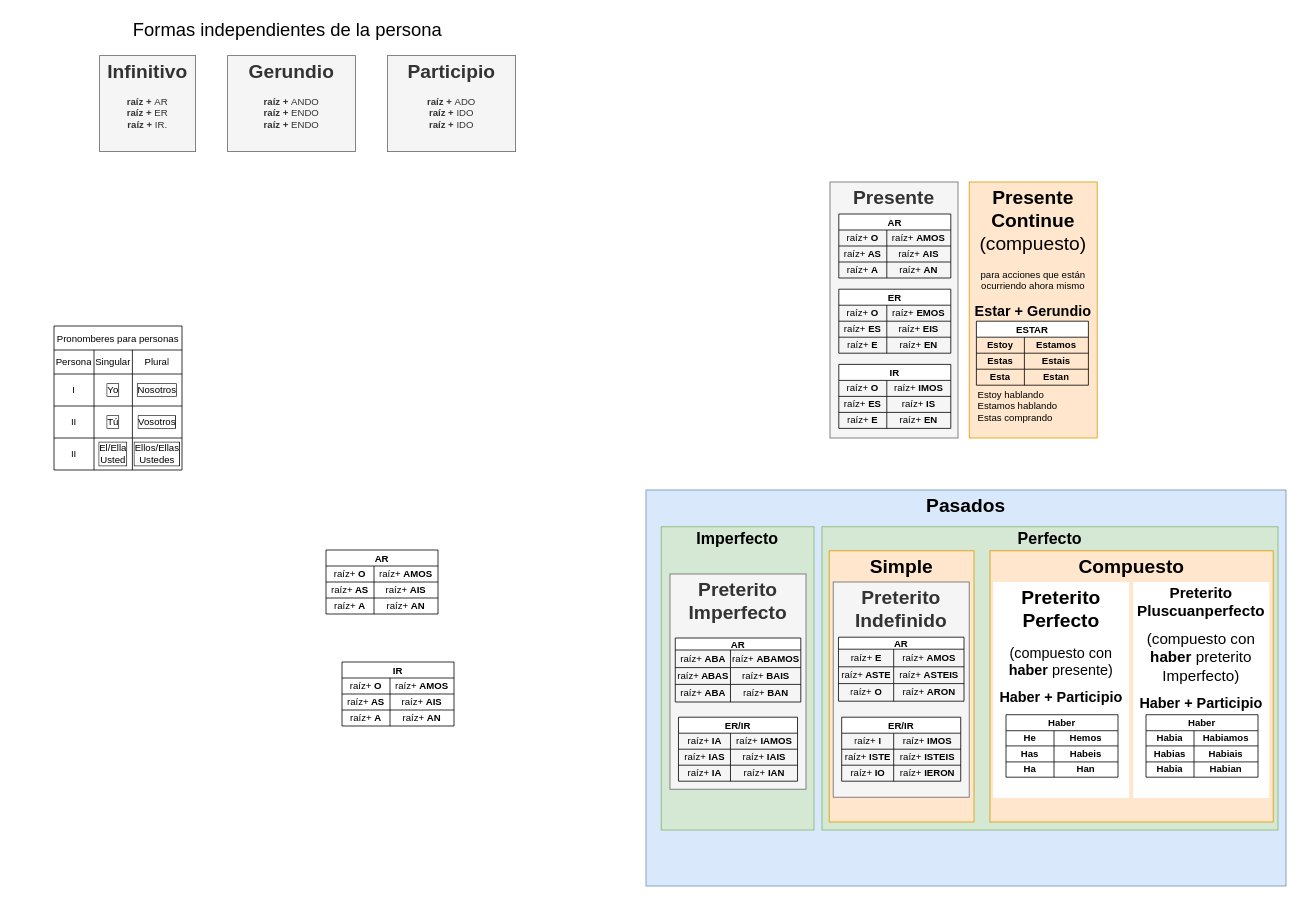
2zlodey/4drawio keeps this draw.io diagram as espverb.drawio. Above is the earlier version. Source tidied: cells renumbered, new cells numbered last; positions are measured from the earlier drawing's top-left corner, leaving out a move shared by most shapes. Both pictures are drawn from the tidied source at 80%, with x=0, y=0 at pixel (54, 14).
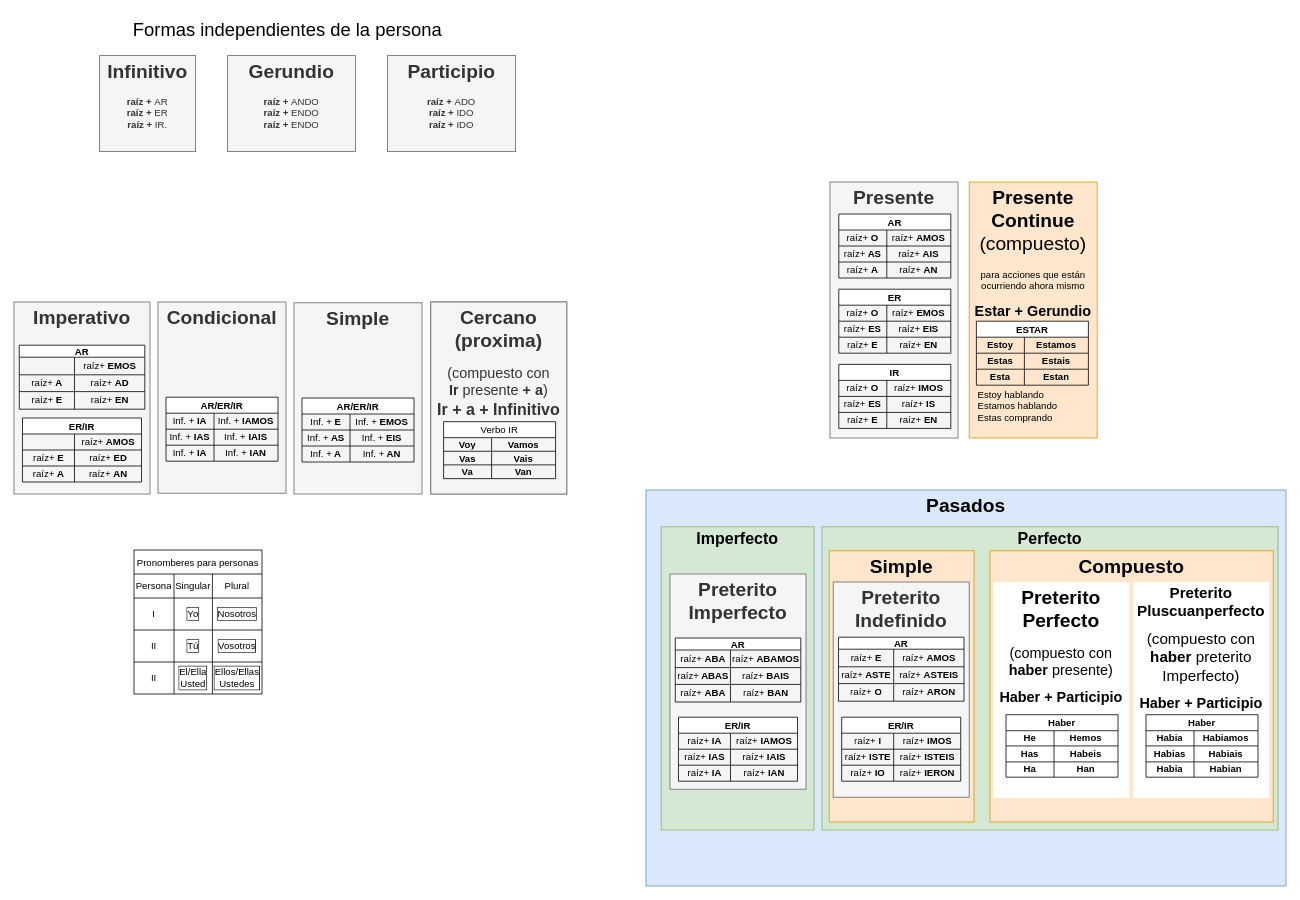
The same diagram, later.

Change to the diagram source:
```diff
@@
     <mxCell id="2" value="Pronomberes para personas" style="shape=table;startSize=30;childLayout=tableLayout;" parent="1" vertex="1">
-      <mxGeometry y="390" width="160" height="180" as="geometry" />
+      <mxGeometry x="100" y="670" width="160" height="180" as="geometry" />
     </mxCell>
@@
-    <mxCell id="19" value="AR" style="shape=table;startSize=20;childLayout=tableLayout;fontStyle=1;" parent="1" vertex="1">
-      <mxGeometry x="340" y="670" width="140" height="80" as="geometry" />
-    </mxCell>
-    <mxCell id="20" style="shape=tableRow;horizontal=0;startSize=0;swimlaneHead=0;swimlaneBody=0;strokeColor=inherit;top=0;left=0;bottom=0;right=0;fillColor=none;" parent="19" vertex="1">
-      <mxGeometry y="20" width="140" height="20" as="geometry" />
-    </mxCell>
-    <mxCell id="21" value="raíz+ &lt;b&gt;O&lt;/b&gt;" style="shape=partialRectangle;html=1;whiteSpace=wrap;strokeColor=inherit;overflow=hidden;fillColor=none;top=0;left=0;bottom=0;right=0;" parent="20" vertex="1">
-      <mxGeometry width="60" height="20" as="geometry" />
-    </mxCell>
-    <mxCell id="22" value="raíz+ &lt;b&gt;AMOS&lt;/b&gt;" style="shape=partialRectangle;html=1;whiteSpace=wrap;strokeColor=inherit;overflow=hidden;fillColor=none;top=0;left=0;bottom=0;right=0;" parent="20" vertex="1">
-      <mxGeometry x="60" width="80" height="20" as="geometry" />
-    </mxCell>
-    <mxCell id="23" style="shape=tableRow;horizontal=0;startSize=0;swimlaneHead=0;swimlaneBody=0;strokeColor=inherit;top=0;left=0;bottom=0;right=0;fillColor=none;" parent="19" vertex="1">
-      <mxGeometry y="40" width="140" height="20" as="geometry" />
-    </mxCell>
-    <mxCell id="24" value="raíz+&lt;b&gt; AS&lt;/b&gt;" style="shape=partialRectangle;html=1;whiteSpace=wrap;strokeColor=inherit;overflow=hidden;fillColor=none;top=0;left=0;bottom=0;right=0;" parent="23" vertex="1">
-      <mxGeometry width="60" height="20" as="geometry" />
-    </mxCell>
-    <mxCell id="25" value="raíz+ &lt;b&gt;AIS&lt;/b&gt;" style="shape=partialRectangle;html=1;whiteSpace=wrap;strokeColor=inherit;overflow=hidden;fillColor=none;top=0;left=0;bottom=0;right=0;" parent="23" vertex="1">
-      <mxGeometry x="60" width="80" height="20" as="geometry" />
-    </mxCell>
-    <mxCell id="26" style="shape=tableRow;horizontal=0;startSize=0;swimlaneHead=0;swimlaneBody=0;strokeColor=inherit;top=0;left=0;bottom=0;right=0;fillColor=none;" parent="19" vertex="1">
-      <mxGeometry y="60" width="140" height="20" as="geometry" />
-    </mxCell>
-    <mxCell id="27" value="raíz+ &lt;b&gt;A&lt;/b&gt;" style="shape=partialRectangle;html=1;whiteSpace=wrap;strokeColor=inherit;overflow=hidden;fillColor=none;top=0;left=0;bottom=0;right=0;" parent="26" vertex="1">
-      <mxGeometry width="60" height="20" as="geometry" />
-    </mxCell>
-    <mxCell id="28" value="raíz+ &lt;b&gt;AN&lt;/b&gt;" style="shape=partialRectangle;html=1;whiteSpace=wrap;strokeColor=inherit;overflow=hidden;fillColor=none;top=0;left=0;bottom=0;right=0;" parent="26" vertex="1">
-      <mxGeometry x="60" width="80" height="20" as="geometry" />
-    </mxCell>
-    <mxCell id="29" value="IR" style="shape=table;startSize=20;childLayout=tableLayout;fontStyle=1;" parent="1" vertex="1">
-      <mxGeometry x="360" y="810" width="140" height="80" as="geometry" />
-    </mxCell>
-    <mxCell id="30" style="shape=tableRow;horizontal=0;startSize=0;swimlaneHead=0;swimlaneBody=0;strokeColor=inherit;top=0;left=0;bottom=0;right=0;fillColor=none;" parent="29" vertex="1">
-      <mxGeometry y="20" width="140" height="20" as="geometry" />
-    </mxCell>
-    <mxCell id="31" value="raíz+ &lt;b&gt;O&lt;/b&gt;" style="shape=partialRectangle;html=1;whiteSpace=wrap;strokeColor=inherit;overflow=hidden;fillColor=none;top=0;left=0;bottom=0;right=0;" parent="30" vertex="1">
-      <mxGeometry width="60" height="20" as="geometry" />
-    </mxCell>
-    <mxCell id="32" value="raíz+ &lt;b&gt;AMOS&lt;/b&gt;" style="shape=partialRectangle;html=1;whiteSpace=wrap;strokeColor=inherit;overflow=hidden;fillColor=none;top=0;left=0;bottom=0;right=0;" parent="30" vertex="1">
-      <mxGeometry x="60" width="80" height="20" as="geometry" />
-    </mxCell>
-    <mxCell id="33" style="shape=tableRow;horizontal=0;startSize=0;swimlaneHead=0;swimlaneBody=0;strokeColor=inherit;top=0;left=0;bottom=0;right=0;fillColor=none;" parent="29" vertex="1">
-      <mxGeometry y="40" width="140" height="20" as="geometry" />
-    </mxCell>
-    <mxCell id="34" value="raíz+&lt;b&gt; AS&lt;/b&gt;" style="shape=partialRectangle;html=1;whiteSpace=wrap;strokeColor=inherit;overflow=hidden;fillColor=none;top=0;left=0;bottom=0;right=0;" parent="33" vertex="1">
-      <mxGeometry width="60" height="20" as="geometry" />
-    </mxCell>
-    <mxCell id="35" value="raíz+ &lt;b&gt;AIS&lt;/b&gt;" style="shape=partialRectangle;html=1;whiteSpace=wrap;strokeColor=inherit;overflow=hidden;fillColor=none;top=0;left=0;bottom=0;right=0;" parent="33" vertex="1">
-      <mxGeometry x="60" width="80" height="20" as="geometry" />
-    </mxCell>
-    <mxCell id="36" style="shape=tableRow;horizontal=0;startSize=0;swimlaneHead=0;swimlaneBody=0;strokeColor=inherit;top=0;left=0;bottom=0;right=0;fillColor=none;" parent="29" vertex="1">
-      <mxGeometry y="60" width="140" height="20" as="geometry" />
-    </mxCell>
-    <mxCell id="37" value="raíz+ &lt;b&gt;A&lt;/b&gt;" style="shape=partialRectangle;html=1;whiteSpace=wrap;strokeColor=inherit;overflow=hidden;fillColor=none;top=0;left=0;bottom=0;right=0;" parent="36" vertex="1">
-      <mxGeometry width="60" height="20" as="geometry" />
-    </mxCell>
-    <mxCell id="38" value="raíz+ &lt;b&gt;AN&lt;/b&gt;" style="shape=partialRectangle;html=1;whiteSpace=wrap;strokeColor=inherit;overflow=hidden;fillColor=none;top=0;left=0;bottom=0;right=0;" parent="36" vertex="1">
-      <mxGeometry x="60" width="80" height="20" as="geometry" />
-    </mxCell>
@@
+    <mxCell id="163" style="group;fillColor=#f5f5f5;fontColor=#333333;strokeColor=#666666;" parent="1" vertex="1">
+      <mxGeometry x="471" y="360" width="170" height="240" as="geometry" />
+    </mxCell>
+    <mxCell id="164" value="&lt;h1 style=&quot;font-size: 24px;&quot;&gt;Cercano (proxima)&lt;br&gt;&lt;/h1&gt;&lt;h1 style=&quot;font-size: 18px;&quot;&gt;&lt;span style=&quot;font-weight: normal;&quot;&gt;(compuesto con &lt;b&gt;&lt;br&gt;Ir&lt;/b&gt; presente &lt;/span&gt;&lt;b&gt;+ a&lt;/b&gt;&lt;span style=&quot;font-weight: normal;&quot;&gt;)&lt;br&gt;&lt;/span&gt;&lt;b&gt;&lt;font style=&quot;font-size: 20px;&quot;&gt;Ir + a + Infinitivo&lt;/font&gt;&lt;/b&gt;&lt;/h1&gt;" style="text;html=1;spacing=5;spacingTop=-20;whiteSpace=wrap;overflow=hidden;rounded=0;align=center;fillColor=#f5f5f5;strokeColor=#666666;fontColor=#333333;" parent="163" vertex="1">
+      <mxGeometry width="170" height="240" as="geometry" />
+    </mxCell>
+    <mxCell id="165" value="Verbo IR" style="shape=table;startSize=20;childLayout=tableLayout;fontStyle=0;" parent="163" vertex="1">
+      <mxGeometry x="16" y="149.6" width="140" height="71.2" as="geometry" />
+    </mxCell>
+    <mxCell id="166" style="shape=tableRow;horizontal=0;startSize=0;swimlaneHead=0;swimlaneBody=0;strokeColor=inherit;top=0;left=0;bottom=0;right=0;fillColor=none;" parent="165" vertex="1">
+      <mxGeometry y="20" width="140" height="17" as="geometry" />
+    </mxCell>
+    <mxCell id="167" value="&lt;div&gt;&lt;b&gt;Voy&lt;/b&gt;&lt;/div&gt;" style="shape=partialRectangle;html=1;whiteSpace=wrap;strokeColor=inherit;overflow=hidden;fillColor=none;top=0;left=0;bottom=0;right=0;" parent="166" vertex="1">
+      <mxGeometry width="60" height="17" as="geometry" />
+    </mxCell>
+    <mxCell id="168" value="&lt;b&gt;Vamos&lt;/b&gt;" style="shape=partialRectangle;html=1;whiteSpace=wrap;strokeColor=inherit;overflow=hidden;fillColor=none;top=0;left=0;bottom=0;right=0;" parent="166" vertex="1">
+      <mxGeometry x="60" width="80" height="17" as="geometry" />
+    </mxCell>
+    <mxCell id="169" style="shape=tableRow;horizontal=0;startSize=0;swimlaneHead=0;swimlaneBody=0;strokeColor=inherit;top=0;left=0;bottom=0;right=0;fillColor=none;" parent="165" vertex="1">
+      <mxGeometry y="37" width="140" height="17" as="geometry" />
+    </mxCell>
+    <mxCell id="170" value="&lt;div&gt;&lt;b&gt;Vas&lt;/b&gt;&lt;/div&gt;" style="shape=partialRectangle;html=1;whiteSpace=wrap;strokeColor=inherit;overflow=hidden;fillColor=none;top=0;left=0;bottom=0;right=0;" parent="169" vertex="1">
+      <mxGeometry width="60" height="17" as="geometry" />
+    </mxCell>
+    <mxCell id="171" value="&lt;b&gt;Vais&lt;/b&gt;" style="shape=partialRectangle;html=1;whiteSpace=wrap;strokeColor=inherit;overflow=hidden;fillColor=none;top=0;left=0;bottom=0;right=0;" parent="169" vertex="1">
+      <mxGeometry x="60" width="80" height="17" as="geometry" />
+    </mxCell>
+    <mxCell id="172" style="shape=tableRow;horizontal=0;startSize=0;swimlaneHead=0;swimlaneBody=0;strokeColor=inherit;top=0;left=0;bottom=0;right=0;fillColor=none;" parent="165" vertex="1">
+      <mxGeometry y="54" width="140" height="17" as="geometry" />
+    </mxCell>
+    <mxCell id="173" value="&lt;b&gt;Va&lt;/b&gt;" style="shape=partialRectangle;html=1;whiteSpace=wrap;strokeColor=inherit;overflow=hidden;fillColor=none;top=0;left=0;bottom=0;right=0;" parent="172" vertex="1">
+      <mxGeometry width="60" height="17" as="geometry" />
+    </mxCell>
+    <mxCell id="174" value="&lt;b&gt;Van&lt;/b&gt;" style="shape=partialRectangle;html=1;whiteSpace=wrap;strokeColor=inherit;overflow=hidden;fillColor=none;top=0;left=0;bottom=0;right=0;" parent="172" vertex="1">
+      <mxGeometry x="60" width="80" height="17" as="geometry" />
+    </mxCell>
+    <mxCell id="175" style="group;" parent="1" vertex="1">
+      <mxGeometry x="300" y="361" width="160" height="239" as="geometry" />
+    </mxCell>
+    <mxCell id="176" value="&lt;h1&gt;Simple&lt;/h1&gt;&lt;p&gt;&lt;br&gt;&lt;/p&gt;" style="text;html=1;strokeColor=#666666;fillColor=#f5f5f5;spacing=5;spacingTop=-20;whiteSpace=wrap;overflow=hidden;rounded=0;fontColor=#333333;align=center;" parent="175" vertex="1">
+      <mxGeometry width="160" height="239" as="geometry" />
+    </mxCell>
+    <mxCell id="177" value="AR/ER/IR" style="shape=table;startSize=20;childLayout=tableLayout;fontStyle=1;" parent="175" vertex="1">
+      <mxGeometry x="10" y="119" width="140" height="80" as="geometry" />
+    </mxCell>
+    <mxCell id="178" style="shape=tableRow;horizontal=0;startSize=0;swimlaneHead=0;swimlaneBody=0;strokeColor=inherit;top=0;left=0;bottom=0;right=0;fillColor=none;" parent="177" vertex="1">
+      <mxGeometry y="20" width="140" height="20" as="geometry" />
+    </mxCell>
+    <mxCell id="179" value="Inf. + &lt;b&gt;E&lt;/b&gt;" style="shape=partialRectangle;html=1;whiteSpace=wrap;strokeColor=inherit;overflow=hidden;fillColor=none;top=0;left=0;bottom=0;right=0;" parent="178" vertex="1">
+      <mxGeometry width="60" height="20" as="geometry" />
+    </mxCell>
+    <mxCell id="180" value="Inf. +&lt;b&gt; EMOS&lt;/b&gt;" style="shape=partialRectangle;html=1;whiteSpace=wrap;strokeColor=inherit;overflow=hidden;fillColor=none;top=0;left=0;bottom=0;right=0;" parent="178" vertex="1">
+      <mxGeometry x="60" width="80" height="20" as="geometry" />
+    </mxCell>
+    <mxCell id="181" style="shape=tableRow;horizontal=0;startSize=0;swimlaneHead=0;swimlaneBody=0;strokeColor=inherit;top=0;left=0;bottom=0;right=0;fillColor=none;" parent="177" vertex="1">
+      <mxGeometry y="40" width="140" height="20" as="geometry" />
+    </mxCell>
+    <mxCell id="182" value="Inf. +&lt;b&gt; AS&lt;/b&gt;" style="shape=partialRectangle;html=1;whiteSpace=wrap;strokeColor=inherit;overflow=hidden;fillColor=none;top=0;left=0;bottom=0;right=0;" parent="181" vertex="1">
+      <mxGeometry width="60" height="20" as="geometry" />
+    </mxCell>
+    <mxCell id="183" value="Inf. +&lt;b&gt; EIS&lt;/b&gt;" style="shape=partialRectangle;html=1;whiteSpace=wrap;strokeColor=inherit;overflow=hidden;fillColor=none;top=0;left=0;bottom=0;right=0;" parent="181" vertex="1">
+      <mxGeometry x="60" width="80" height="20" as="geometry" />
+    </mxCell>
+    <mxCell id="184" style="shape=tableRow;horizontal=0;startSize=0;swimlaneHead=0;swimlaneBody=0;strokeColor=inherit;top=0;left=0;bottom=0;right=0;fillColor=none;" parent="177" vertex="1">
+      <mxGeometry y="60" width="140" height="20" as="geometry" />
+    </mxCell>
+    <mxCell id="185" value="Inf. +&lt;b&gt; A&lt;/b&gt;" style="shape=partialRectangle;html=1;whiteSpace=wrap;strokeColor=inherit;overflow=hidden;fillColor=none;top=0;left=0;bottom=0;right=0;" parent="184" vertex="1">
+      <mxGeometry width="60" height="20" as="geometry" />
+    </mxCell>
+    <mxCell id="186" value="Inf. +&lt;b&gt; AN&lt;/b&gt;" style="shape=partialRectangle;html=1;whiteSpace=wrap;strokeColor=inherit;overflow=hidden;fillColor=none;top=0;left=0;bottom=0;right=0;" parent="184" vertex="1">
+      <mxGeometry x="60" width="80" height="20" as="geometry" />
+    </mxCell>
+    <mxCell id="187" style="group;" parent="1" vertex="1">
+      <mxGeometry x="130" y="360" width="160" height="239" as="geometry" />
+    </mxCell>
+    <mxCell id="188" value="&lt;h1&gt;Condicional&lt;/h1&gt;&lt;p&gt;&lt;br&gt;&lt;/p&gt;" style="text;html=1;strokeColor=#666666;fillColor=#f5f5f5;spacing=5;spacingTop=-20;whiteSpace=wrap;overflow=hidden;rounded=0;fontColor=#333333;align=center;" parent="187" vertex="1">
+      <mxGeometry width="160" height="239" as="geometry" />
+    </mxCell>
+    <mxCell id="189" value="AR/ER/IR" style="shape=table;startSize=20;childLayout=tableLayout;fontStyle=1;" parent="187" vertex="1">
+      <mxGeometry x="10" y="119" width="140" height="80" as="geometry" />
+    </mxCell>
+    <mxCell id="190" style="shape=tableRow;horizontal=0;startSize=0;swimlaneHead=0;swimlaneBody=0;strokeColor=inherit;top=0;left=0;bottom=0;right=0;fillColor=none;" parent="189" vertex="1">
+      <mxGeometry y="20" width="140" height="20" as="geometry" />
+    </mxCell>
+    <mxCell id="191" value="Inf. + &lt;b&gt;IA&lt;/b&gt;" style="shape=partialRectangle;html=1;whiteSpace=wrap;strokeColor=inherit;overflow=hidden;fillColor=none;top=0;left=0;bottom=0;right=0;" parent="190" vertex="1">
+      <mxGeometry width="60" height="20" as="geometry" />
+    </mxCell>
+    <mxCell id="192" value="Inf. +&lt;b&gt; IAMOS&lt;/b&gt;" style="shape=partialRectangle;html=1;whiteSpace=wrap;strokeColor=inherit;overflow=hidden;fillColor=none;top=0;left=0;bottom=0;right=0;" parent="190" vertex="1">
+      <mxGeometry x="60" width="80" height="20" as="geometry" />
+    </mxCell>
+    <mxCell id="193" style="shape=tableRow;horizontal=0;startSize=0;swimlaneHead=0;swimlaneBody=0;strokeColor=inherit;top=0;left=0;bottom=0;right=0;fillColor=none;" parent="189" vertex="1">
+      <mxGeometry y="40" width="140" height="20" as="geometry" />
+    </mxCell>
+    <mxCell id="194" value="Inf. +&lt;b&gt; IAS&lt;/b&gt;" style="shape=partialRectangle;html=1;whiteSpace=wrap;strokeColor=inherit;overflow=hidden;fillColor=none;top=0;left=0;bottom=0;right=0;" parent="193" vertex="1">
+      <mxGeometry width="60" height="20" as="geometry" />
+    </mxCell>
+    <mxCell id="195" value="Inf. +&lt;b&gt; IAIS&lt;/b&gt;" style="shape=partialRectangle;html=1;whiteSpace=wrap;strokeColor=inherit;overflow=hidden;fillColor=none;top=0;left=0;bottom=0;right=0;" parent="193" vertex="1">
+      <mxGeometry x="60" width="80" height="20" as="geometry" />
+    </mxCell>
+    <mxCell id="196" style="shape=tableRow;horizontal=0;startSize=0;swimlaneHead=0;swimlaneBody=0;strokeColor=inherit;top=0;left=0;bottom=0;right=0;fillColor=none;" parent="189" vertex="1">
+      <mxGeometry y="60" width="140" height="20" as="geometry" />
+    </mxCell>
+    <mxCell id="197" value="Inf. +&lt;b&gt; IA&lt;/b&gt;" style="shape=partialRectangle;html=1;whiteSpace=wrap;strokeColor=inherit;overflow=hidden;fillColor=none;top=0;left=0;bottom=0;right=0;" parent="196" vertex="1">
+      <mxGeometry width="60" height="20" as="geometry" />
+    </mxCell>
+    <mxCell id="198" value="Inf. +&lt;b&gt; IAN&lt;/b&gt;" style="shape=partialRectangle;html=1;whiteSpace=wrap;strokeColor=inherit;overflow=hidden;fillColor=none;top=0;left=0;bottom=0;right=0;" parent="196" vertex="1">
+      <mxGeometry x="60" width="80" height="20" as="geometry" />
+    </mxCell>
+    <mxCell id="199" style="group;" parent="1" vertex="1">
+      <mxGeometry x="-50" y="360" width="170" height="269" as="geometry" />
+    </mxCell>
+    <mxCell id="200" value="&lt;h1&gt;Imperativo&lt;br&gt;&lt;/h1&gt;&lt;p&gt;&lt;br&gt;&lt;/p&gt;" style="text;html=1;strokeColor=#666666;fillColor=#f5f5f5;spacing=5;spacingTop=-20;whiteSpace=wrap;overflow=hidden;rounded=0;fontColor=#333333;align=center;" parent="199" vertex="1">
+      <mxGeometry width="170" height="240" as="geometry" />
+    </mxCell>
+    <mxCell id="19" value="AR" style="shape=table;startSize=15;childLayout=tableLayout;fontStyle=1;" parent="199" vertex="1">
+      <mxGeometry x="6.6" y="54" width="156.9" height="80" as="geometry" />
+    </mxCell>
+    <mxCell id="201" style="shape=tableRow;horizontal=0;startSize=0;swimlaneHead=0;swimlaneBody=0;strokeColor=inherit;top=0;left=0;bottom=0;right=0;fillColor=none;" parent="19" vertex="1">
+      <mxGeometry y="15" width="156.9" height="22" as="geometry" />
+    </mxCell>
+    <mxCell id="202" style="shape=partialRectangle;html=1;whiteSpace=wrap;strokeColor=inherit;overflow=hidden;fillColor=none;top=0;left=0;bottom=0;right=0;" parent="201" vertex="1">
+      <mxGeometry width="69" height="22" as="geometry" />
+    </mxCell>
+    <mxCell id="203" value="raíz+ &lt;b&gt;EMOS&lt;/b&gt;" style="shape=partialRectangle;html=1;whiteSpace=wrap;strokeColor=inherit;overflow=hidden;fillColor=none;top=0;left=0;bottom=0;right=0;" parent="201" vertex="1">
+      <mxGeometry x="69" width="88" height="22" as="geometry" />
+    </mxCell>
+    <mxCell id="204" style="shape=tableRow;horizontal=0;startSize=0;swimlaneHead=0;swimlaneBody=0;strokeColor=inherit;top=0;left=0;bottom=0;right=0;fillColor=none;" parent="19" vertex="1">
+      <mxGeometry y="37" width="156.9" height="21" as="geometry" />
+    </mxCell>
+    <mxCell id="205" value="raíz+&lt;b&gt; A&lt;/b&gt;" style="shape=partialRectangle;html=1;whiteSpace=wrap;strokeColor=inherit;overflow=hidden;fillColor=none;top=0;left=0;bottom=0;right=0;" parent="204" vertex="1">
+      <mxGeometry width="69" height="21" as="geometry" />
+    </mxCell>
+    <mxCell id="206" value="raíz+ &lt;b&gt;AD&lt;/b&gt;" style="shape=partialRectangle;html=1;whiteSpace=wrap;strokeColor=inherit;overflow=hidden;fillColor=none;top=0;left=0;bottom=0;right=0;" parent="204" vertex="1">
+      <mxGeometry x="69" width="88" height="21" as="geometry" />
+    </mxCell>
+    <mxCell id="207" style="shape=tableRow;horizontal=0;startSize=0;swimlaneHead=0;swimlaneBody=0;strokeColor=inherit;top=0;left=0;bottom=0;right=0;fillColor=none;" parent="19" vertex="1">
+      <mxGeometry y="58" width="156.9" height="22" as="geometry" />
+    </mxCell>
+    <mxCell id="208" value="raíz+ &lt;b&gt;E&lt;/b&gt;" style="shape=partialRectangle;html=1;whiteSpace=wrap;strokeColor=inherit;overflow=hidden;fillColor=none;top=0;left=0;bottom=0;right=0;" parent="207" vertex="1">
+      <mxGeometry width="69" height="22" as="geometry" />
+    </mxCell>
+    <mxCell id="209" value="raíz+ &lt;b&gt;EN&lt;/b&gt;" style="shape=partialRectangle;html=1;whiteSpace=wrap;strokeColor=inherit;overflow=hidden;fillColor=none;top=0;left=0;bottom=0;right=0;" parent="207" vertex="1">
+      <mxGeometry x="69" width="88" height="22" as="geometry" />
+    </mxCell>
+    <mxCell id="210" value="ER/IR" style="shape=table;startSize=20;childLayout=tableLayout;fontStyle=1;" parent="199" vertex="1">
+      <mxGeometry x="10.6" y="145" width="148.8" height="80" as="geometry" />
+    </mxCell>
+    <mxCell id="211" style="shape=tableRow;horizontal=0;startSize=0;swimlaneHead=0;swimlaneBody=0;strokeColor=inherit;top=0;left=0;bottom=0;right=0;fillColor=none;" parent="210" vertex="1">
+      <mxGeometry y="20" width="148.8" height="20" as="geometry" />
+    </mxCell>
+    <mxCell id="212" style="shape=partialRectangle;html=1;whiteSpace=wrap;strokeColor=inherit;overflow=hidden;fillColor=none;top=0;left=0;bottom=0;right=0;" parent="211" vertex="1">
+      <mxGeometry width="65" height="20" as="geometry" />
+    </mxCell>
+    <mxCell id="213" value="raíz+ &lt;b&gt;AMOS&lt;/b&gt;" style="shape=partialRectangle;html=1;whiteSpace=wrap;strokeColor=inherit;overflow=hidden;fillColor=none;top=0;left=0;bottom=0;right=0;" parent="211" vertex="1">
+      <mxGeometry x="65" width="84" height="20" as="geometry" />
+    </mxCell>
+    <mxCell id="214" style="shape=tableRow;horizontal=0;startSize=0;swimlaneHead=0;swimlaneBody=0;strokeColor=inherit;top=0;left=0;bottom=0;right=0;fillColor=none;" parent="210" vertex="1">
+      <mxGeometry y="40" width="148.8" height="20" as="geometry" />
+    </mxCell>
+    <mxCell id="215" value="raíz+&lt;b&gt; E&lt;/b&gt;" style="shape=partialRectangle;html=1;whiteSpace=wrap;strokeColor=inherit;overflow=hidden;fillColor=none;top=0;left=0;bottom=0;right=0;" parent="214" vertex="1">
+      <mxGeometry width="65" height="20" as="geometry" />
+    </mxCell>
+    <mxCell id="216" value="raíz+ &lt;b&gt;ED&lt;/b&gt;" style="shape=partialRectangle;html=1;whiteSpace=wrap;strokeColor=inherit;overflow=hidden;fillColor=none;top=0;left=0;bottom=0;right=0;" parent="214" vertex="1">
+      <mxGeometry x="65" width="84" height="20" as="geometry" />
+    </mxCell>
+    <mxCell id="217" style="shape=tableRow;horizontal=0;startSize=0;swimlaneHead=0;swimlaneBody=0;strokeColor=inherit;top=0;left=0;bottom=0;right=0;fillColor=none;" parent="210" vertex="1">
+      <mxGeometry y="60" width="148.8" height="20" as="geometry" />
+    </mxCell>
+    <mxCell id="218" value="raíz+ &lt;b&gt;A&lt;/b&gt;" style="shape=partialRectangle;html=1;whiteSpace=wrap;strokeColor=inherit;overflow=hidden;fillColor=none;top=0;left=0;bottom=0;right=0;" parent="217" vertex="1">
+      <mxGeometry width="65" height="20" as="geometry" />
+    </mxCell>
+    <mxCell id="219" value="raíz+ &lt;b&gt;AN&lt;/b&gt;" style="shape=partialRectangle;html=1;whiteSpace=wrap;strokeColor=inherit;overflow=hidden;fillColor=none;top=0;left=0;bottom=0;right=0;" parent="217" vertex="1">
+      <mxGeometry x="65" width="84" height="20" as="geometry" />
+    </mxCell>
```
